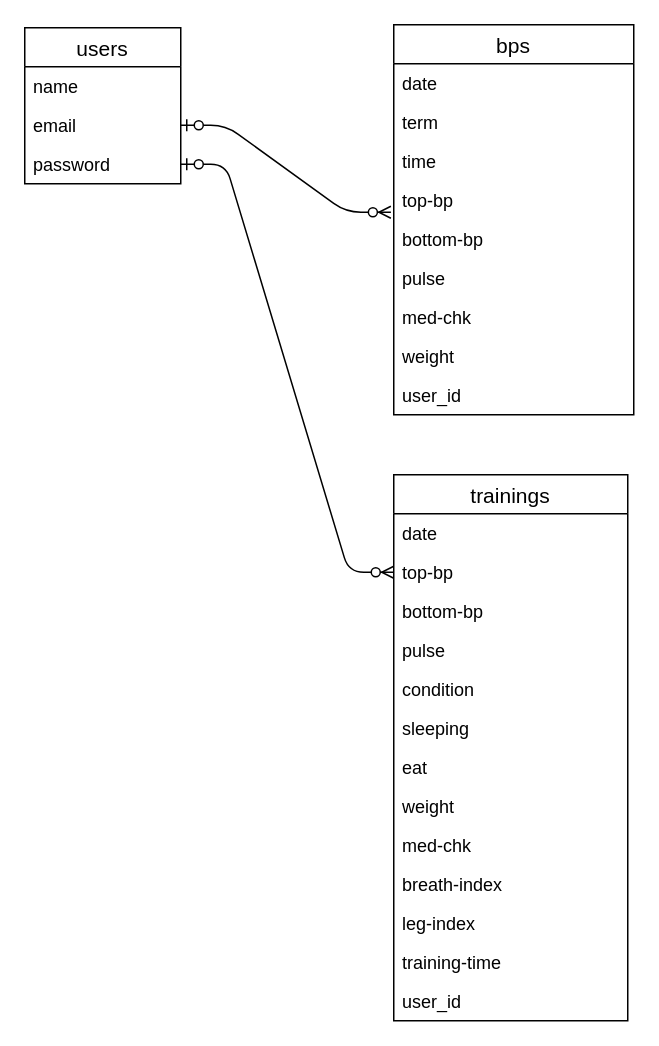
This is database.drawio from honda0924/myREC-nekoyashiki, a draw.io file, before an edit. Source tidied: cells renumbered, new cells numbered last; positions are measured from the earlier drawing's top-left corner, leaving out a move shared by most shapes. Both pictures are drawn from the tidied source at 150%, with x=0, y=0 at pixel (24, 24).
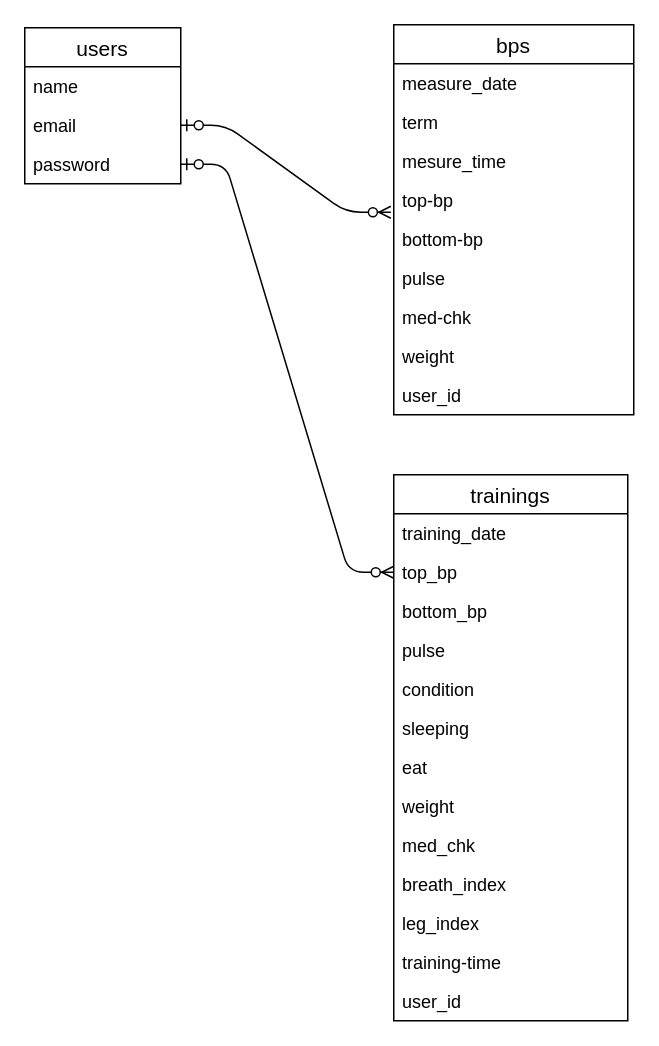
Above is the later version.

Commit message (it also covers changes not shown here):
write_readme_and_rename_columns_drawio

The change refers to these unchanged cells:
```xml
<mxCell id="2" value="bps" style="swimlane;fontStyle=0;horizontal=1;startSize=26;align=center;fontSize=14;" parent="1" vertex="1">
  <mxGeometry x="246" width="160" height="260" as="geometry" />
</mxCell>
<mxCell id="18" value="trainings" style="swimlane;fontStyle=0;horizontal=1;startSize=26;align=center;fontSize=14;direction=east;" parent="1" vertex="1">
  <mxGeometry x="246" y="300" width="156" height="364" as="geometry" />
</mxCell>
```

Change to the diagram source:
```diff
@@
-    <mxCell id="3" value="date" style="text;strokeColor=none;fillColor=none;spacingLeft=4;spacingRight=4;overflow=hidden;fontSize=12;" parent="2" vertex="1">
+    <mxCell id="3" value="measure_date" style="text;strokeColor=none;fillColor=none;spacingLeft=4;spacingRight=4;overflow=hidden;fontSize=12;" parent="2" vertex="1">
       <mxGeometry y="26" width="160" height="26" as="geometry" />
     </mxCell>
@@
-    <mxCell id="5" value="time" style="text;strokeColor=none;fillColor=none;spacingLeft=4;spacingRight=4;overflow=hidden;fontSize=12;" parent="2" vertex="1">
+    <mxCell id="5" value="mesure_time" style="text;strokeColor=none;fillColor=none;spacingLeft=4;spacingRight=4;overflow=hidden;fontSize=12;" parent="2" vertex="1">
       <mxGeometry y="78" width="160" height="26" as="geometry" />
     </mxCell>
@@
-    <mxCell id="19" value="date" style="text;strokeColor=none;fillColor=none;spacingLeft=4;spacingRight=4;overflow=hidden;fontSize=12;" parent="18" vertex="1">
+    <mxCell id="19" value="training_date" style="text;strokeColor=none;fillColor=none;spacingLeft=4;spacingRight=4;overflow=hidden;fontSize=12;" parent="18" vertex="1">
       <mxGeometry y="26" width="156" height="26" as="geometry" />
     </mxCell>
-    <mxCell id="20" value="top-bp" style="text;strokeColor=none;fillColor=none;spacingLeft=4;spacingRight=4;overflow=hidden;fontSize=12;" parent="18" vertex="1">
+    <mxCell id="20" value="top_bp" style="text;strokeColor=none;fillColor=none;spacingLeft=4;spacingRight=4;overflow=hidden;fontSize=12;" parent="18" vertex="1">
       <mxGeometry y="52" width="156" height="26" as="geometry" />
     </mxCell>
-    <mxCell id="21" value="bottom-bp" style="text;strokeColor=none;fillColor=none;spacingLeft=4;spacingRight=4;overflow=hidden;fontSize=12;" parent="18" vertex="1">
+    <mxCell id="21" value="bottom_bp" style="text;strokeColor=none;fillColor=none;spacingLeft=4;spacingRight=4;overflow=hidden;fontSize=12;" parent="18" vertex="1">
       <mxGeometry y="78" width="156" height="26" as="geometry" />
     </mxCell>
@@
-    <mxCell id="27" value="med-chk" style="text;strokeColor=none;fillColor=none;spacingLeft=4;spacingRight=4;overflow=hidden;fontSize=12;" parent="18" vertex="1">
+    <mxCell id="27" value="med_chk" style="text;strokeColor=none;fillColor=none;spacingLeft=4;spacingRight=4;overflow=hidden;fontSize=12;" parent="18" vertex="1">
       <mxGeometry y="234" width="156" height="26" as="geometry" />
     </mxCell>
-    <mxCell id="28" value="breath-index" style="text;strokeColor=none;fillColor=none;spacingLeft=4;spacingRight=4;overflow=hidden;fontSize=12;" parent="18" vertex="1">
+    <mxCell id="28" value="breath_index" style="text;strokeColor=none;fillColor=none;spacingLeft=4;spacingRight=4;overflow=hidden;fontSize=12;" parent="18" vertex="1">
       <mxGeometry y="260" width="156" height="26" as="geometry" />
     </mxCell>
-    <mxCell id="29" value="leg-index" style="text;strokeColor=none;fillColor=none;spacingLeft=4;spacingRight=4;overflow=hidden;fontSize=12;" parent="18" vertex="1">
+    <mxCell id="29" value="leg_index" style="text;strokeColor=none;fillColor=none;spacingLeft=4;spacingRight=4;overflow=hidden;fontSize=12;" parent="18" vertex="1">
       <mxGeometry y="286" width="156" height="26" as="geometry" />
     </mxCell>
```
